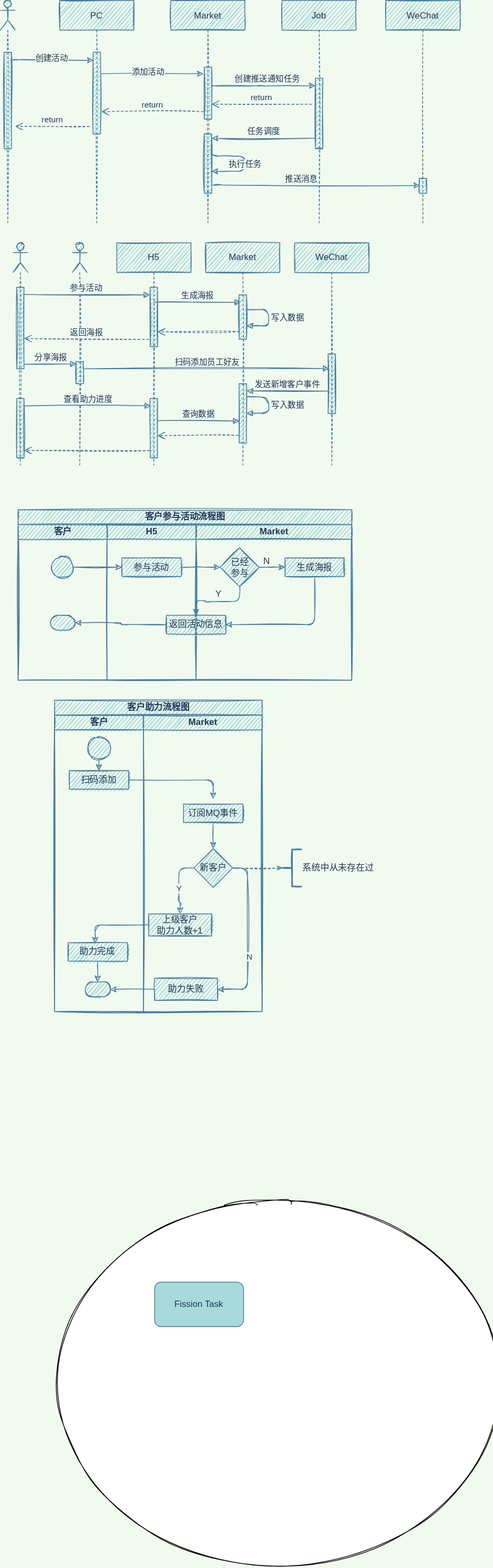
jingwux/diagrams keeps this draw.io diagram as Fission Activity.svg. Above is the earlier version. Source tidied: cells renumbered, new cells last; positions are measured from the earlier drawing's top-left corner, leaving out a move shared by most shapes.
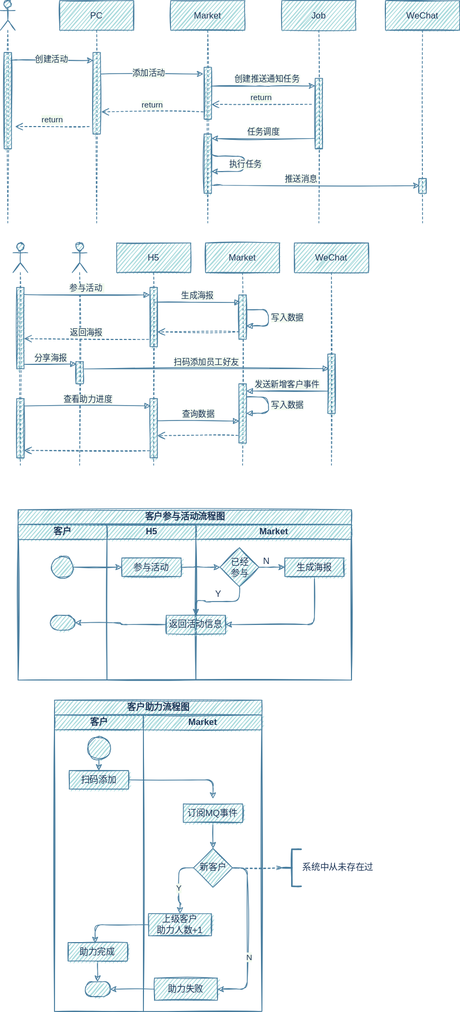
After the change.

What changed in the source:
```diff
@@ -353,11 +353,5 @@
         <mxPoint x="20" y="170" as="targetPoint" />
       </mxGeometry>
     </mxCell>
-    <mxCell id="97" style="ellipse;whiteSpace=wrap;html=1;sketch=1;" parent="1" vertex="1">
-      <mxGeometry x="86" y="1616" width="578" height="498" as="geometry" />
-    </mxCell>
-    <mxCell id="98" value="Fission Task" style="rounded=1;whiteSpace=wrap;html=1;sketch=0;fontColor=#1D3557;strokeColor=#457B9D;fillColor=#A8DADC;" parent="1" vertex="1">
-      <mxGeometry x="208" y="1729" width="120" height="60" as="geometry" />
-    </mxCell>
   </root>
 </mxGraphModel>
```
